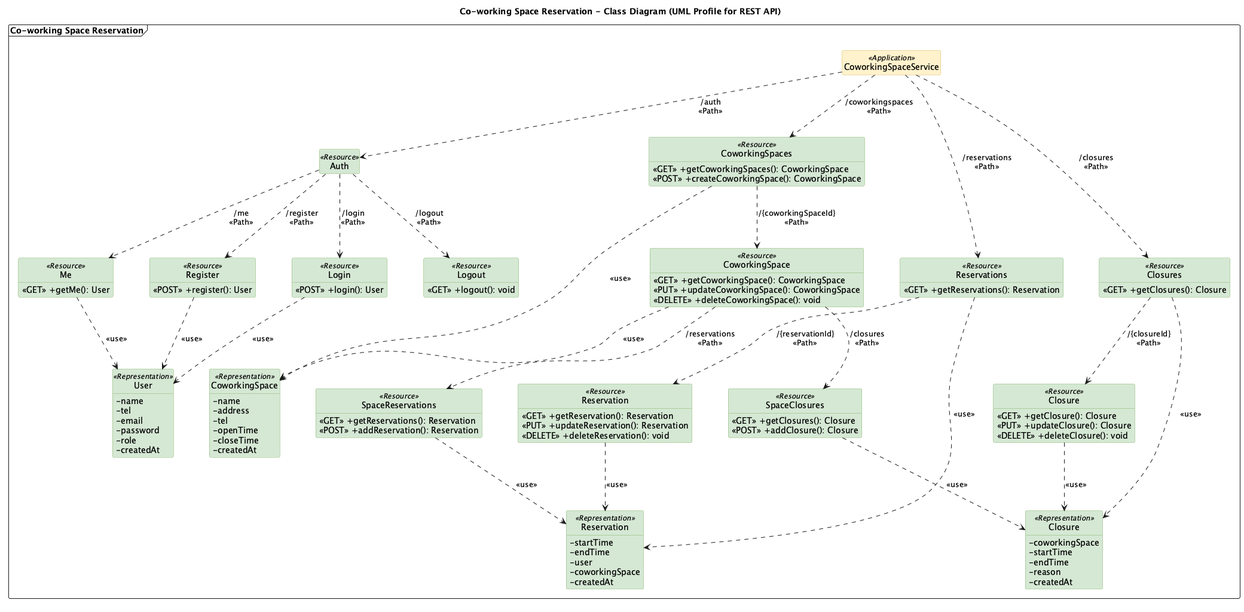
The PlantUML diagram docs/diagrams/png/class.png in TonBoonchai/Co-working-Space-Reservation, before a commit.
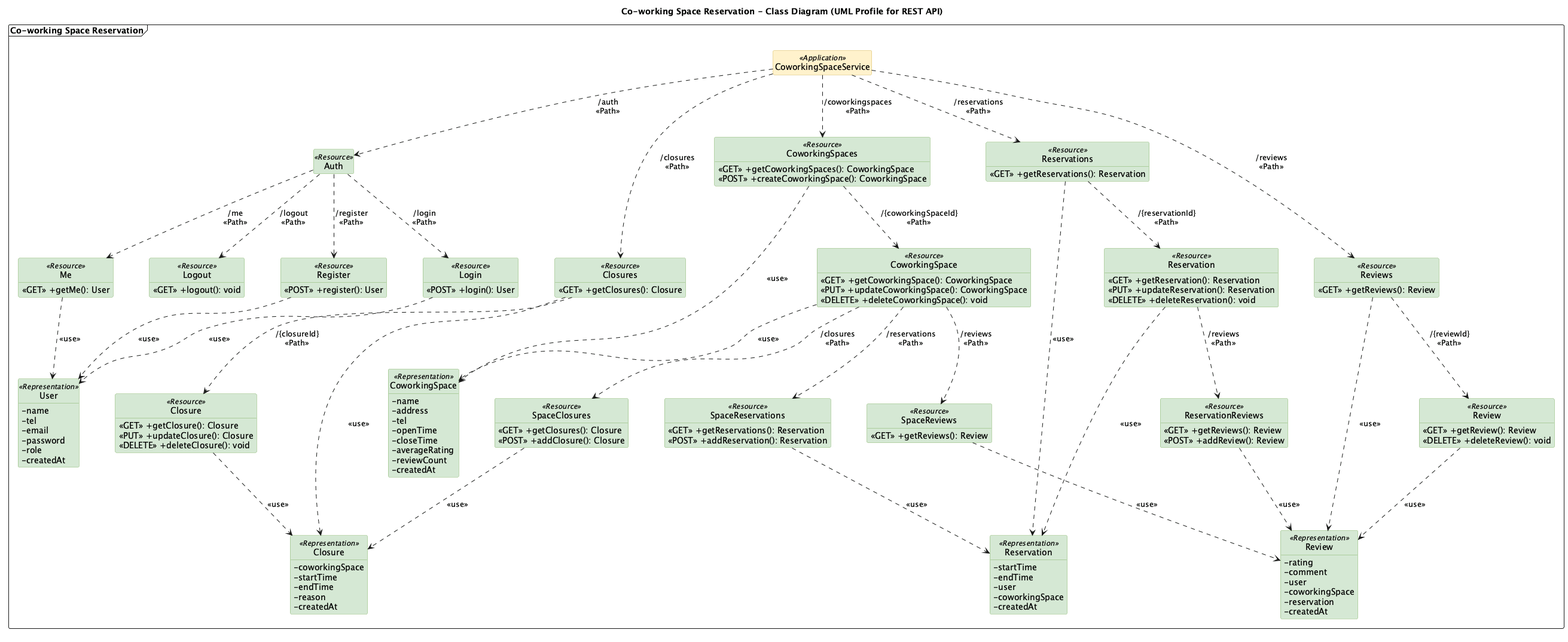
After the change.

Change to the diagram source:
```diff
@@ -50,6 +50,9 @@
     <<GET>> +getClosures(): Closure
     <<POST>> +addClosure(): Closure
   }
+  class "SpaceReviews" as SpaceReviews <<Resource>> {
+    <<GET>> +getReviews(): Review
+  }
 
   class "Reservations" as Resvs <<Resource>> {
     <<GET>> +getReservations(): Reservation
@@ -59,6 +62,10 @@
     <<PUT>> +updateReservation(): Reservation
     <<DELETE>> +deleteReservation(): void
   }
+  class "ReservationReviews" as ResvReviews <<Resource>> {
+    <<GET>> +getReviews(): Review
+    <<POST>> +addReview(): Review
+  }
 
   class "Closures" as Closures <<Resource>> {
     <<GET>> +getClosures(): Closure
@@ -67,6 +74,14 @@
     <<GET>> +getClosure(): Closure
     <<PUT>> +updateClosure(): Closure
     <<DELETE>> +deleteClosure(): void
+  }
+
+  class "Reviews" as Reviews <<Resource>> {
+    <<GET>> +getReviews(): Review
+  }
+  class "Review" as Review <<Resource>> {
+    <<GET>> +getReview(): Review
+    <<DELETE>> +deleteReview(): void
   }
 
   class "User" as UserRep <<Representation>> {
@@ -83,6 +98,8 @@
     -tel
     -openTime
     -closeTime
+    -averageRating
+    -reviewCount
     -createdAt
   }
   class "Reservation" as ResvRep <<Representation>> {
@@ -99,6 +116,14 @@
     -reason
     -createdAt
   }
+  class "Review" as ReviewRep <<Representation>> {
+    -rating
+    -comment
+    -user
+    -coworkingSpace
+    -reservation
+    -createdAt
+  }
 
   App ..> Auth : "/auth\n<<Path>>"
   Auth ..> Register : "/register\n<<Path>>"
@@ -110,12 +135,17 @@
   Spaces ..> Space : "/{coworkingSpaceId}\n<<Path>>"
   Space ..> SpaceResvs : "/reservations\n<<Path>>"
   Space ..> SpaceClosures : "/closures\n<<Path>>"
+  Space ..> SpaceReviews : "/reviews\n<<Path>>"
 
   App ..> Resvs : "/reservations\n<<Path>>"
   Resvs ..> Resv : "/{reservationId}\n<<Path>>"
+  Resv ..> ResvReviews : "/reviews\n<<Path>>"
 
   App ..> Closures : "/closures\n<<Path>>"
   Closures ..> Closure : "/{closureId}\n<<Path>>"
+
+  App ..> Reviews : "/reviews\n<<Path>>"
+  Reviews ..> Review : "/{reviewId}\n<<Path>>"
 
   Register ..> UserRep : <<use>>
   Login ..> UserRep : <<use>>
@@ -128,5 +158,9 @@
   SpaceClosures ..> ClosureRep : <<use>>
   Closures ..> ClosureRep : <<use>>
   Closure ..> ClosureRep : <<use>>
+  SpaceReviews ..> ReviewRep : <<use>>
+  ResvReviews ..> ReviewRep : <<use>>
+  Reviews ..> ReviewRep : <<use>>
+  Review ..> ReviewRep : <<use>>
 }
 @enduml
```
